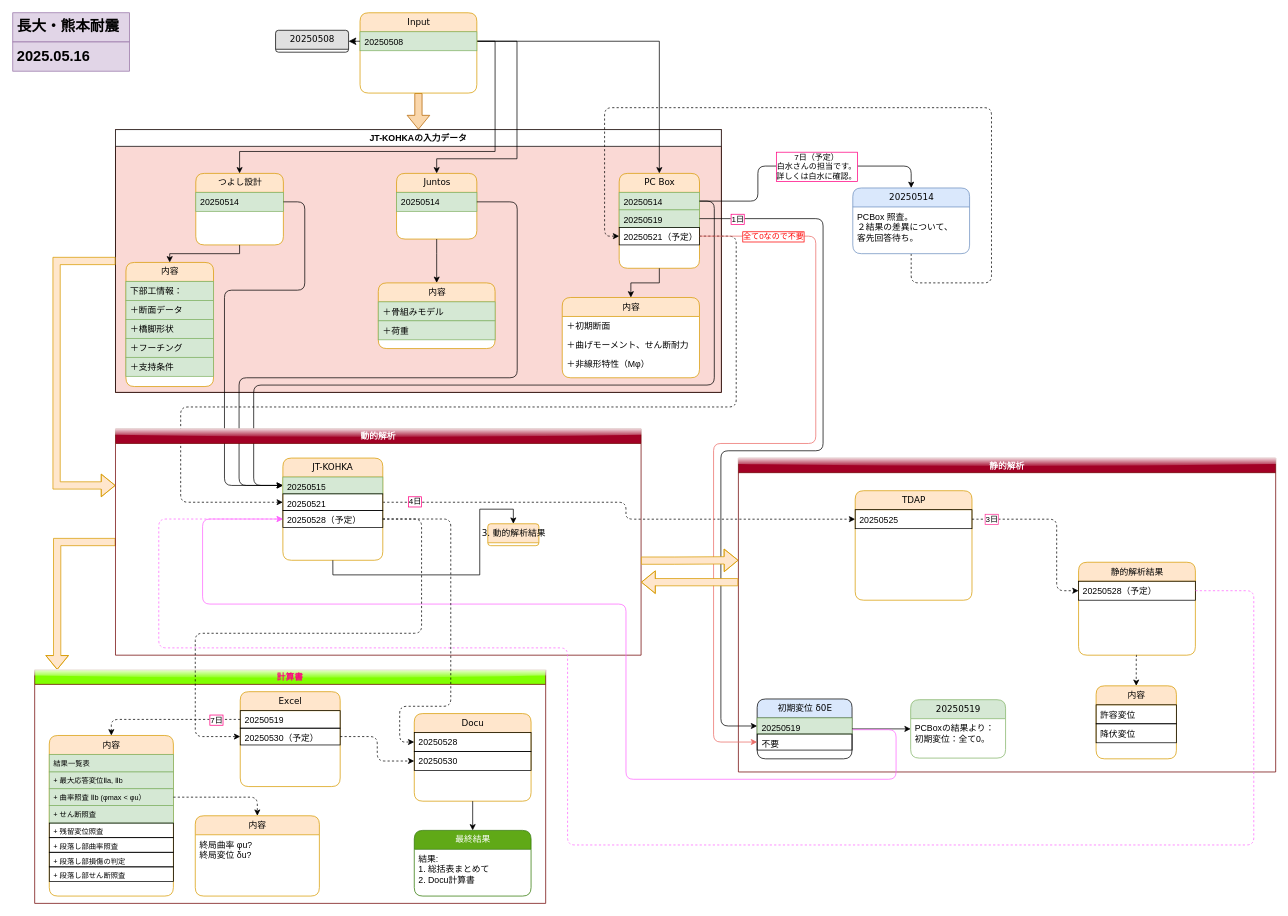
nnh92/Juntos.co keeps this draw.io diagram as 長大・熊本耐震/耐震設計/Untitled Diagram.drawio. Above is the earlier version. Source tidied: cells renumbered, new cells numbered last; positions are measured from the earlier drawing's top-left corner, leaving out a move shared by most shapes. Both pictures are drawn from the tidied source at 73%, with x=0, y=0 at pixel (12, 12).
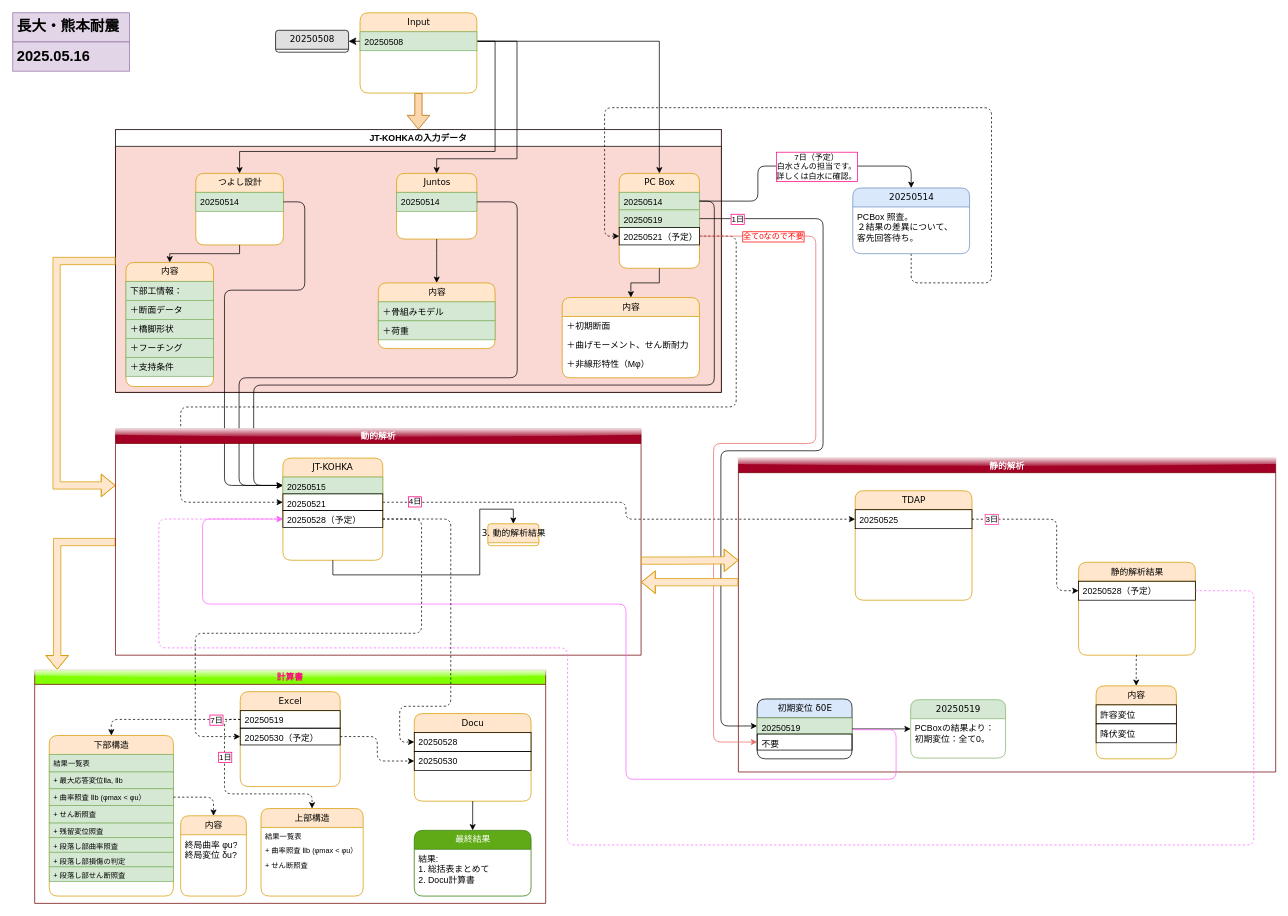
The same page after the edit.

Unchanged cells that the change refers to:
```xml
<mxCell id="80" value="計算書" style="swimlane;startSize=20;horizontal=1;containerType=tree;textShadow=0;labelBorderColor=none;labelBackgroundColor=none;fillColor=#80FF00;strokeColor=#6F0000;glass=1;fontColor=#FF0080;" parent="1" vertex="1">
  <mxGeometry x="30" y="900" width="700" height="320" as="geometry" />
</mxCell>
<mxCell id="82" value="20250519" style="text;html=1;spacingLeft=4;spacingRight=4;whiteSpace=wrap;overflow=hidden;points=[[0,0.5],[1,0.5]];portConstraint=eastwest;labelBorderColor=none;labelBackgroundColor=none;textShadow=0;strokeColor=default;" parent="81" vertex="1">
  <mxGeometry y="26" width="136.9" height="24" as="geometry" />
</mxCell>
<mxCell id="93" value="&lt;div&gt;+ 曲率照査 Ⅱb (φmax &amp;lt; φu）&lt;/div&gt;" style="text;html=1;spacingLeft=4;spacingRight=4;whiteSpace=wrap;overflow=hidden;points=[[0,0.5],[1,0.5]];portConstraint=eastwest;labelBorderColor=none;labelBackgroundColor=none;textShadow=0;strokeColor=#82b366;fillColor=#d5e8d4;fontSize=10;" parent="90" vertex="1">
  <mxGeometry y="73" width="170" height="23" as="geometry" />
</mxCell>
```

Change to the diagram source:
```diff
@@
-    <mxCell id="90" value="内容" style="swimlane;html=1;fontStyle=0;horizontal=1;startSize=26;fillColor=#ffe6cc;swimlaneFillColor=#ffffff;align=center;rounded=1;shadow=0;comic=0;labelBackgroundColor=none;strokeWidth=1;fontFamily=Verdana;fontSize=12;strokeColor=#d79b00;" parent="80" vertex="1">
+    <mxCell id="90" value="下部構造" style="swimlane;html=1;fontStyle=0;horizontal=1;startSize=26;fillColor=#ffe6cc;swimlaneFillColor=#ffffff;align=center;rounded=1;shadow=0;comic=0;labelBackgroundColor=none;strokeWidth=1;fontFamily=Verdana;fontSize=12;strokeColor=#d79b00;" parent="80" vertex="1">
       <mxGeometry x="20" y="90" width="170" height="220" as="geometry" />
     </mxCell>
@@
-    <mxCell id="95" value="&lt;div&gt;+ 残留変位照査&lt;/div&gt;" style="text;html=1;spacingLeft=4;spacingRight=4;whiteSpace=wrap;overflow=hidden;labelBorderColor=none;labelBackgroundColor=none;textShadow=0;strokeColor=default;fontSize=10;" parent="90" vertex="1">
+    <mxCell id="95" value="&lt;div&gt;+ 残留変位照査&lt;/div&gt;" style="text;html=1;spacingLeft=4;spacingRight=4;whiteSpace=wrap;overflow=hidden;labelBorderColor=none;labelBackgroundColor=none;textShadow=0;strokeColor=#82b366;fontSize=10;fillColor=#d5e8d4;" parent="90" vertex="1">
       <mxGeometry y="120" width="170" height="20" as="geometry" />
     </mxCell>
-    <mxCell id="96" value="&lt;div&gt;+ 段落し部曲率照査&lt;/div&gt;" style="text;html=1;spacingLeft=4;spacingRight=4;whiteSpace=wrap;overflow=hidden;labelBorderColor=none;labelBackgroundColor=none;textShadow=0;strokeColor=default;fontSize=10;" parent="90" vertex="1">
+    <mxCell id="96" value="&lt;div&gt;+ 段落し部曲率照査&lt;/div&gt;" style="text;html=1;spacingLeft=4;spacingRight=4;whiteSpace=wrap;overflow=hidden;labelBorderColor=none;labelBackgroundColor=none;textShadow=0;strokeColor=#82b366;fontSize=10;fillColor=#d5e8d4;" parent="90" vertex="1">
       <mxGeometry y="140" width="170" height="20" as="geometry" />
     </mxCell>
-    <mxCell id="97" value="+ 段落し部損傷の判定" style="text;html=1;spacingLeft=4;spacingRight=4;whiteSpace=wrap;overflow=hidden;labelBorderColor=none;labelBackgroundColor=none;textShadow=0;strokeColor=default;fontSize=10;" parent="90" vertex="1">
+    <mxCell id="97" value="+ 段落し部損傷の判定" style="text;html=1;spacingLeft=4;spacingRight=4;whiteSpace=wrap;overflow=hidden;labelBorderColor=none;labelBackgroundColor=none;textShadow=0;strokeColor=#82b366;fontSize=10;fillColor=#d5e8d4;" parent="90" vertex="1">
       <mxGeometry y="160" width="170" height="20" as="geometry" />
     </mxCell>
-    <mxCell id="98" value="&lt;div&gt;+ 段落し部せん断照査&lt;/div&gt;" style="text;html=1;spacingLeft=4;spacingRight=4;whiteSpace=wrap;overflow=hidden;labelBorderColor=none;labelBackgroundColor=none;textShadow=0;strokeColor=default;fontSize=10;" parent="90" vertex="1">
+    <mxCell id="98" value="&lt;div&gt;+ 段落し部せん断照査&lt;/div&gt;" style="text;html=1;spacingLeft=4;spacingRight=4;whiteSpace=wrap;overflow=hidden;labelBorderColor=none;labelBackgroundColor=none;textShadow=0;strokeColor=#82b366;fontSize=10;fillColor=#d5e8d4;" parent="90" vertex="1">
       <mxGeometry y="180" width="170" height="20" as="geometry" />
     </mxCell>
@@
     <mxCell id="102" style="edgeStyle=orthogonalEdgeStyle;rounded=1;jettySize=auto;html=1;exitX=1;exitY=0.5;exitDx=0;exitDy=0;curved=0;dashed=1;entryX=0.5;entryY=0;entryDx=0;entryDy=0;" parent="80" edge="1" source="93" target="103">
       <mxGeometry relative="1" as="geometry">
         <Array as="points">
-          <mxPoint x="305" y="175" />
+          <mxPoint x="245" y="175" />
         </Array>
       </mxGeometry>
     </mxCell>
     <mxCell id="103" value="内容" style="swimlane;html=1;fontStyle=0;horizontal=1;startSize=26;fillColor=#ffe6cc;swimlaneFillColor=#ffffff;align=center;rounded=1;shadow=0;comic=0;labelBackgroundColor=none;strokeWidth=1;fontFamily=Verdana;fontSize=12;strokeColor=#d79b00;" parent="80" vertex="1">
-      <mxGeometry x="220" y="200" width="170" height="110" as="geometry" />
+      <mxGeometry x="200" y="200" width="90" height="110" as="geometry" />
     </mxCell>
     <mxCell id="104" value="終局曲率 φu?&lt;div&gt;終局変位 δu?&lt;/div&gt;" style="text;html=1;spacingLeft=4;spacingRight=4;whiteSpace=wrap;overflow=hidden;labelBorderColor=none;labelBackgroundColor=none;textShadow=0;" parent="103" vertex="1">
-      <mxGeometry y="26" width="170" height="44" as="geometry" />
+      <mxGeometry y="26" width="90" height="44" as="geometry" />
     </mxCell>
+    <mxCell id="113" style="edgeStyle=orthogonalEdgeStyle;rounded=1;jettySize=auto;html=1;exitX=0;exitY=0.5;exitDx=0;exitDy=0;curved=0;dashed=1;entryX=0.5;entryY=0;entryDx=0;entryDy=0;" parent="80" edge="1" source="82" target="115">
+      <mxGeometry relative="1" as="geometry">
+        <Array as="points">
+          <mxPoint x="260" y="68" />
+          <mxPoint x="260" y="170" />
+          <mxPoint x="380" y="170" />
+        </Array>
+      </mxGeometry>
+    </mxCell>
+    <mxCell id="114" value="1日" style="edgeLabel;html=1;align=center;verticalAlign=middle;labelBorderColor=#FF0080;" parent="113" vertex="1">
+      <mxGeometry x="-0.67" relative="1" as="geometry">
+        <mxPoint y="30" as="offset" />
+      </mxGeometry>
+    </mxCell>
+    <mxCell id="115" value="上部構造" style="swimlane;html=1;fontStyle=0;horizontal=1;startSize=26;fillColor=#ffe6cc;swimlaneFillColor=#ffffff;align=center;rounded=1;shadow=0;comic=0;labelBackgroundColor=none;strokeWidth=1;fontFamily=Verdana;fontSize=12;strokeColor=#d79b00;" parent="80" vertex="1">
+      <mxGeometry x="310" y="190" width="140" height="120" as="geometry" />
+    </mxCell>
+    <mxCell id="116" value="結果一覧表" style="text;html=1;spacingLeft=4;spacingRight=4;whiteSpace=wrap;overflow=hidden;labelBorderColor=none;labelBackgroundColor=none;textShadow=0;fontSize=10;flipV=1;flipH=1;" parent="115" vertex="1">
+      <mxGeometry y="26" width="140" height="20" as="geometry" />
+    </mxCell>
+    <mxCell id="117" value="&lt;div&gt;+ 曲率照査 Ⅱb (φmax &amp;lt; φu）&lt;/div&gt;" style="text;html=1;spacingLeft=4;spacingRight=4;whiteSpace=wrap;overflow=hidden;labelBorderColor=none;labelBackgroundColor=none;textShadow=0;fontSize=10;" parent="115" vertex="1">
+      <mxGeometry y="46" width="140" height="20" as="geometry" />
+    </mxCell>
+    <mxCell id="118" value="&lt;div&gt;+ せん断照査&lt;/div&gt;" style="text;html=1;spacingLeft=4;spacingRight=4;whiteSpace=wrap;overflow=hidden;labelBorderColor=none;labelBackgroundColor=none;textShadow=0;fontSize=10;" parent="115" vertex="1">
+      <mxGeometry y="66" width="140" height="20" as="geometry" />
+    </mxCell>
```
